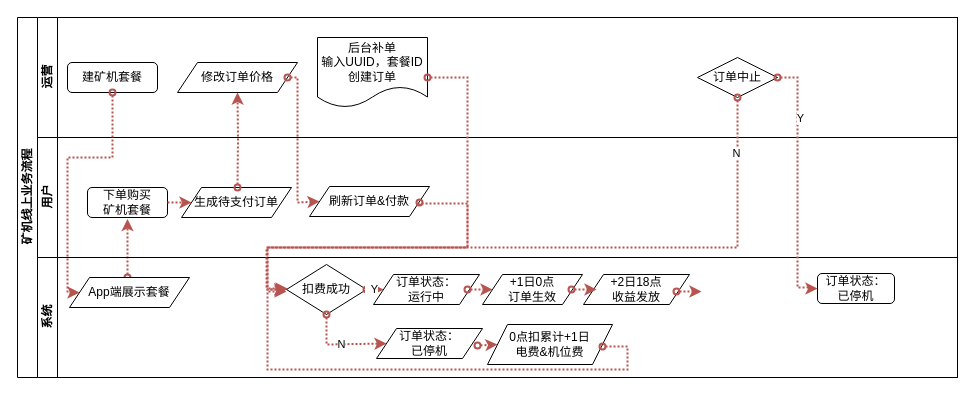
neobud/jekyll_demo keeps this draw.io diagram as _config.yml/未命名绘图.drawio. Above is the earlier version. Source tidied: cells renumbered, new cells numbered last; positions are measured from the earlier drawing's top-left corner, leaving out a move shared by most shapes. Both pictures are drawn from the tidied source at 100%, with x=0, y=0 at pixel (17, 17).
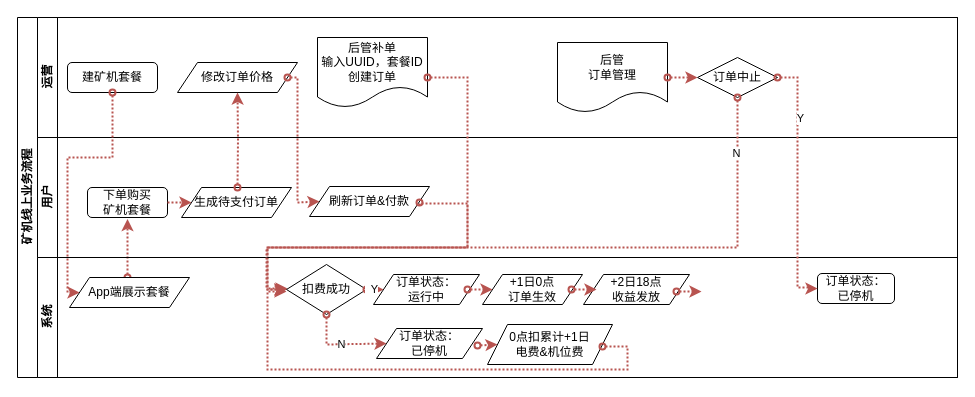
The same diagram, later.

Commit message:
矿机业务流程图.drawio

The change refers to these unchanged cells:
```xml
<mxCell id="3" value="运营" style="swimlane;html=1;startSize=20;horizontal=0;" parent="2" vertex="1">
  <mxGeometry x="20" width="920" height="120" as="geometry" />
</mxCell>
<mxCell id="8" value="订单中止" style="rhombus;whiteSpace=wrap;html=1;" parent="3" vertex="1">
  <mxGeometry x="660" y="40" width="80" height="40" as="geometry" />
</mxCell>
```

Diff of the diagram source:
```diff
@@
-    <mxCell id="6" value="后台补单&lt;br&gt;输入UUID，套餐ID 创建订单" style="shape=document;whiteSpace=wrap;html=1;boundedLbl=1;" parent="3" vertex="1">
+    <mxCell id="6" value="后管补单&lt;br&gt;输入UUID，套餐ID 创建订单" style="shape=document;whiteSpace=wrap;html=1;boundedLbl=1;" parent="3" vertex="1">
       <mxGeometry x="280" y="20" width="110" height="70" as="geometry" />
     </mxCell>
@@
+    <mxCell id="40" value="后管&lt;br&gt;订单管理" style="shape=document;whiteSpace=wrap;html=1;boundedLbl=1;" parent="3" vertex="1">
+      <mxGeometry x="520" y="25" width="110" height="70" as="geometry" />
+    </mxCell>
@@
+    <mxCell id="41" style="edgeStyle=orthogonalEdgeStyle;rounded=0;jettySize=auto;html=1;strokeWidth=2;fillColor=#f8cecc;strokeColor=#b85450;dashed=1;dashPattern=1 1;entryX=0;entryY=0.5;entryDx=0;entryDy=0;startArrow=oval;startFill=0;" parent="1" edge="1" target="8">
+      <mxGeometry relative="1" as="geometry">
+        <mxPoint x="650" y="60" as="sourcePoint" />
+      </mxGeometry>
+    </mxCell>
```
